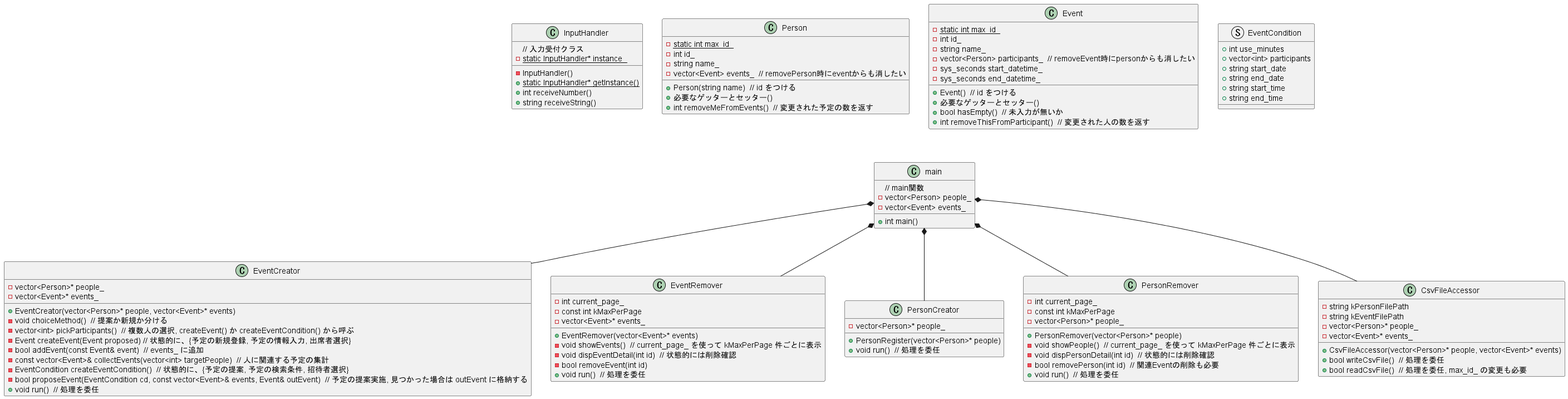
Before: class.png, a diagram exported from PlantUML (kimura-y-digi/tutor_schedule_adjuster).
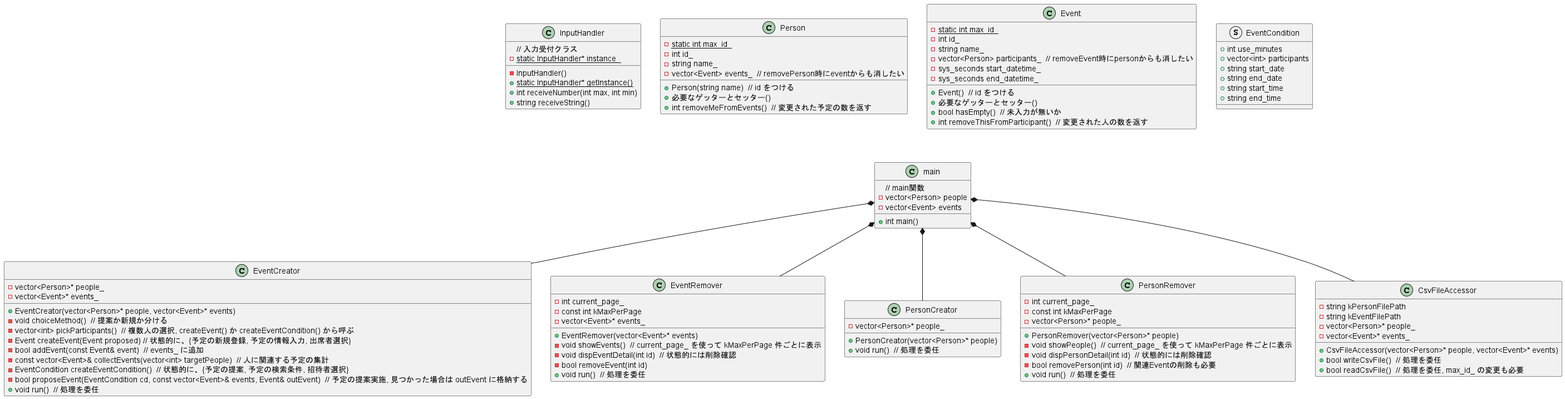
The same diagram one commit later.

Commit message:
update : codes and class_diag

Change to the diagram source:
```diff
@@ -2,8 +2,8 @@
 
 class main {
     // main関数
-    - vector<Person> people_
-    - vector<Event> events_
+    - vector<Person> people
+    - vector<Event> events
     + int main()
 }
 
@@ -12,7 +12,7 @@
     - {static} static InputHandler* instance_
     - InputHandler()
     + {static} static InputHandler* getInstance()
-    + int receiveNumber()
+    + int receiveNumber(int max, int min)
     + string receiveString()
 }
 
@@ -75,7 +75,7 @@
 
 class PersonCreator {
     - vector<Person>* people_
-    + PersonRegister(vector<Person>* people)
+    + PersonCreator(vector<Person>* people)
     + void run()  // 処理を委任
 }
 
```
